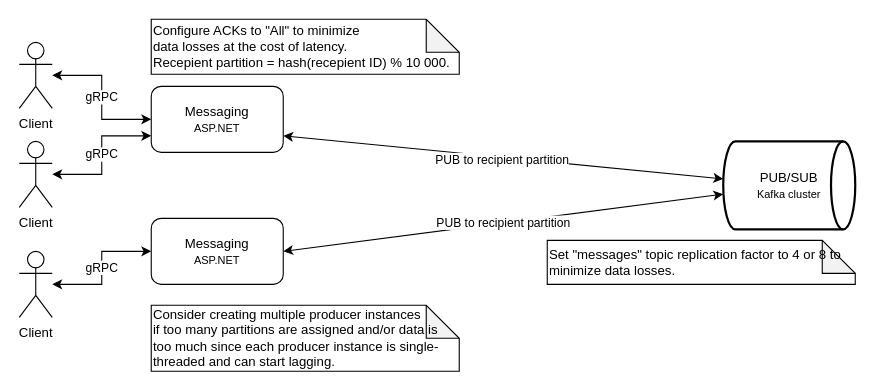
The draw.io diagram docs/cecochat-04-message-send.drawio in cvetomir-todorov/CecoChat, before the edit. Source tidied: cells renumbered, new cells numbered last; positions are measured from the earlier drawing's top-left corner, leaving out a move shared by most shapes. Both pictures are drawn from the tidied source at 110%, with x=0, y=0 at pixel (19, 19).
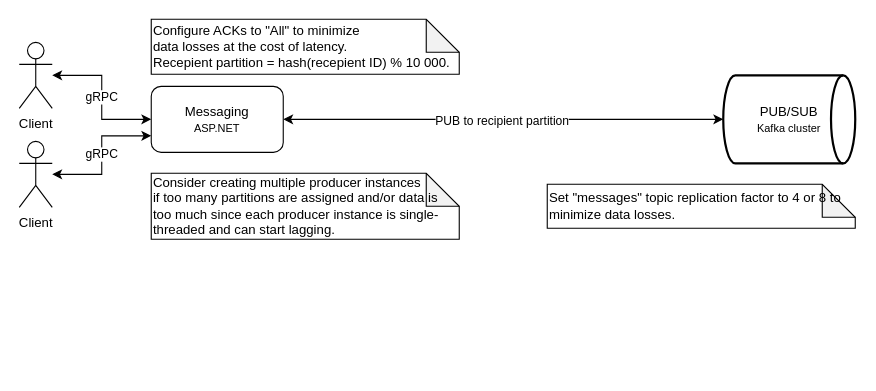
Above is the later version.

What changed in the source:
```diff
@@
 <mxGraphModel>
   <root>
     <mxCell id="0" />
     <mxCell id="1" parent="0" />
     <mxCell id="2" value="gRPC" style="edgeStyle=orthogonalEdgeStyle;rounded=0;jettySize=auto;html=1;entryX=0;entryY=0.5;entryDx=0;entryDy=0;startArrow=classic;startFill=1;" parent="1" edge="1" source="3" target="9">
       <mxGeometry relative="1" as="geometry" />
     </mxCell>
     <mxCell id="3" value="Client" style="shape=umlActor;verticalLabelPosition=bottom;verticalAlign=top;html=1;outlineConnect=0;" parent="1" vertex="1">
       <mxGeometry y="21" width="30" height="60" as="geometry" />
     </mxCell>
-    <mxCell id="4" value="gRPC" style="edgeStyle=orthogonalEdgeStyle;rounded=0;jettySize=auto;html=1;entryX=0;entryY=0.5;entryDx=0;entryDy=0;startArrow=classic;startFill=1;" parent="1" edge="1" source="5" target="11">
-      <mxGeometry relative="1" as="geometry" />
-    </mxCell>
-    <mxCell id="5" value="Client" style="shape=umlActor;verticalLabelPosition=bottom;verticalAlign=top;html=1;outlineConnect=0;" parent="1" vertex="1">
-      <mxGeometry y="211" width="30" height="60" as="geometry" />
-    </mxCell>
     <mxCell id="6" value="gRPC" style="edgeStyle=orthogonalEdgeStyle;rounded=0;jettySize=auto;html=1;entryX=0;entryY=0.75;entryDx=0;entryDy=0;startArrow=classic;startFill=1;" parent="1" edge="1" source="7" target="9">
       <mxGeometry relative="1" as="geometry" />
     </mxCell>
     <mxCell id="7" value="Client" style="shape=umlActor;verticalLabelPosition=bottom;verticalAlign=top;html=1;outlineConnect=0;" parent="1" vertex="1">
       <mxGeometry y="111" width="30" height="60" as="geometry" />
     </mxCell>
-    <mxCell id="8" value="PUB to recipient partition" style="rounded=0;jettySize=auto;html=1;startArrow=classic;startFill=1;exitX=1;exitY=0.75;exitDx=0;exitDy=0;" parent="1" edge="1" source="9" target="12">
+    <mxCell id="8" value="PUB to recipient partition" style="rounded=0;jettySize=auto;html=1;startArrow=classic;startFill=1;exitX=1;exitY=0.5;exitDx=0;exitDy=0;" parent="1" edge="1" source="9" target="12">
       <mxGeometry y="-2" relative="1" as="geometry">
         <mxPoint x="-1" as="offset" />
       </mxGeometry>
     </mxCell>
     <mxCell id="9" value="&lt;font style=&quot;font-size: 12px&quot;&gt;Messaging&lt;/font&gt;&lt;br&gt;&lt;font style=&quot;font-size: 10px&quot;&gt;ASP.NET&lt;/font&gt;" style="rounded=1;whiteSpace=wrap;html=1;" parent="1" vertex="1">
       <mxGeometry x="120" y="61" width="120" height="60" as="geometry" />
     </mxCell>
-    <mxCell id="10" value="PUB to recipient partition" style="edgeStyle=none;rounded=0;jettySize=auto;html=1;startArrow=classic;startFill=1;exitX=1;exitY=0.5;exitDx=0;exitDy=0;entryX=0;entryY=0.6;entryDx=0;entryDy=0;entryPerimeter=0;" parent="1" edge="1" source="11" target="12">
-      <mxGeometry relative="1" as="geometry" />
-    </mxCell>
-    <mxCell id="11" value="Messaging&lt;br&gt;&lt;font style=&quot;font-size: 10px&quot;&gt;ASP.NET&lt;/font&gt;" style="rounded=1;whiteSpace=wrap;html=1;" parent="1" vertex="1">
-      <mxGeometry x="120" y="181" width="120" height="60" as="geometry" />
-    </mxCell>
     <mxCell id="12" value="PUB/SUB&lt;br&gt;&lt;font style=&quot;font-size: 10px&quot;&gt;Kafka cluster&lt;/font&gt;" style="strokeWidth=2;html=1;shape=mxgraph.flowchart.direct_data;whiteSpace=wrap;" parent="1" vertex="1">
-      <mxGeometry x="640" y="111" width="120" height="80" as="geometry" />
+      <mxGeometry x="640" y="51" width="120" height="80" as="geometry" />
     </mxCell>
     <mxCell id="13" value="Set &quot;messages&quot; topic replication factor to 4 or 8 to minimize data losses." style="shape=note;whiteSpace=wrap;html=1;backgroundOutline=1;darkOpacity=0.05;align=left;" parent="1" vertex="1">
-      <mxGeometry x="480" y="201" width="280" height="40" as="geometry" />
+      <mxGeometry x="480" y="150" width="280" height="40" as="geometry" />
     </mxCell>
     <mxCell id="14" value="Configure ACKs to &quot;All&quot; to minimize&lt;br&gt;data losses at the cost of latency.&lt;br&gt;Recepient partition = hash(recepient ID) % 10 000." style="shape=note;whiteSpace=wrap;html=1;backgroundOutline=1;darkOpacity=0.05;align=left;" parent="1" vertex="1">
       <mxGeometry x="120" width="280" height="50" as="geometry" />
     </mxCell>
     <mxCell id="15" value="Consider creating multiple producer instances&lt;br&gt;if too many partitions are assigned and/or data is too much since each producer instance is single-threaded and can start lagging." style="shape=note;whiteSpace=wrap;html=1;backgroundOutline=1;darkOpacity=0.05;align=left;" parent="1" vertex="1">
-      <mxGeometry x="120" y="260" width="280" height="60" as="geometry" />
+      <mxGeometry x="120" y="140" width="280" height="60" as="geometry" />
     </mxCell>
   </root>
 </mxGraphModel>
```
